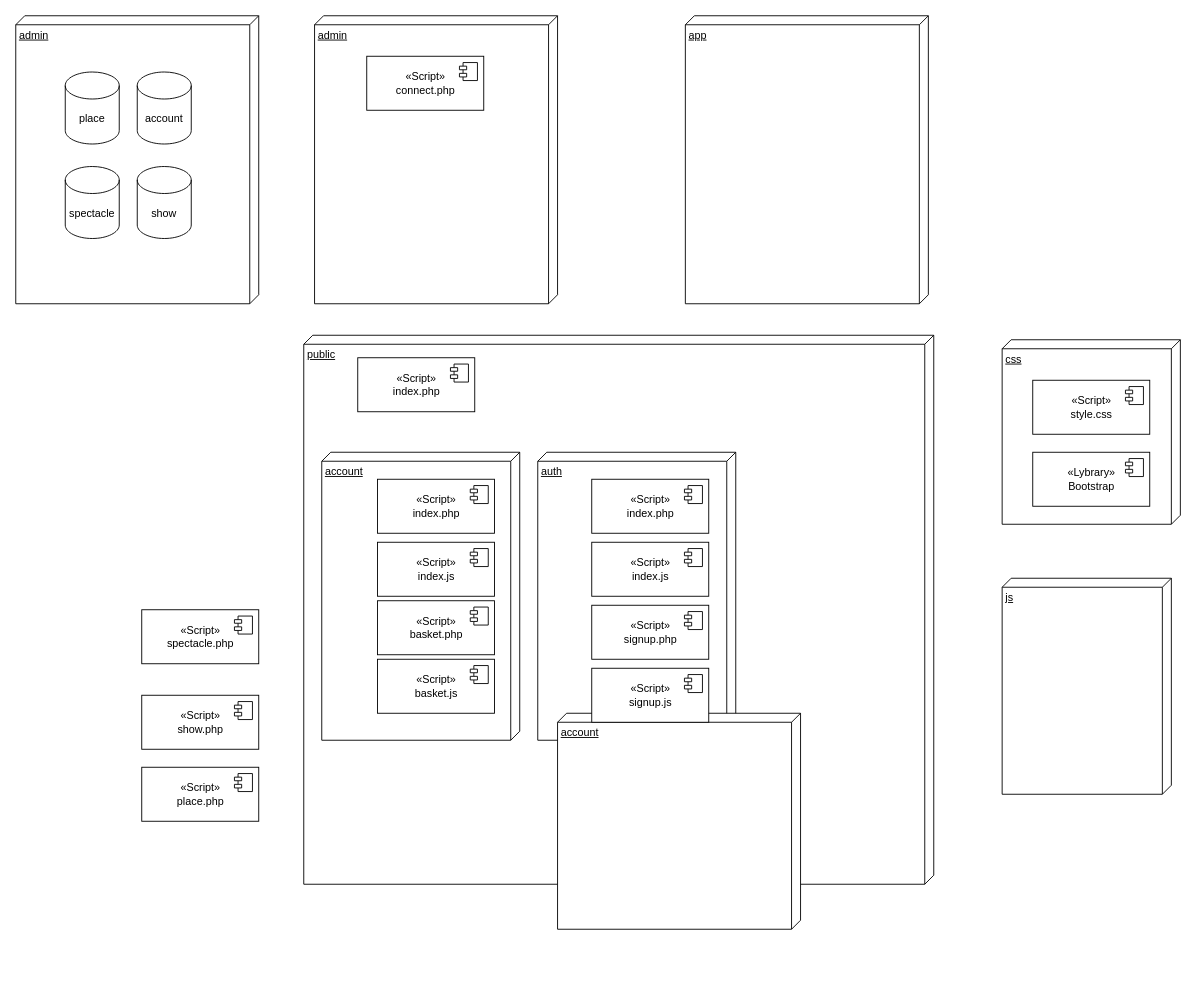
baptisteRiviere/SpectacleHallManagement keeps this draw.io diagram as page "diagramme de composants" (5 of 7) of analyse/Diagramme sans nom.drawio. Above is the earlier version. Source tidied: cells renumbered, new cells numbered last; positions are measured from the earlier drawing's top-left corner, leaving out a move shared by most shapes. Both pictures are drawn from the tidied source at 90%, with x=0, y=0 at pixel (15, 15).
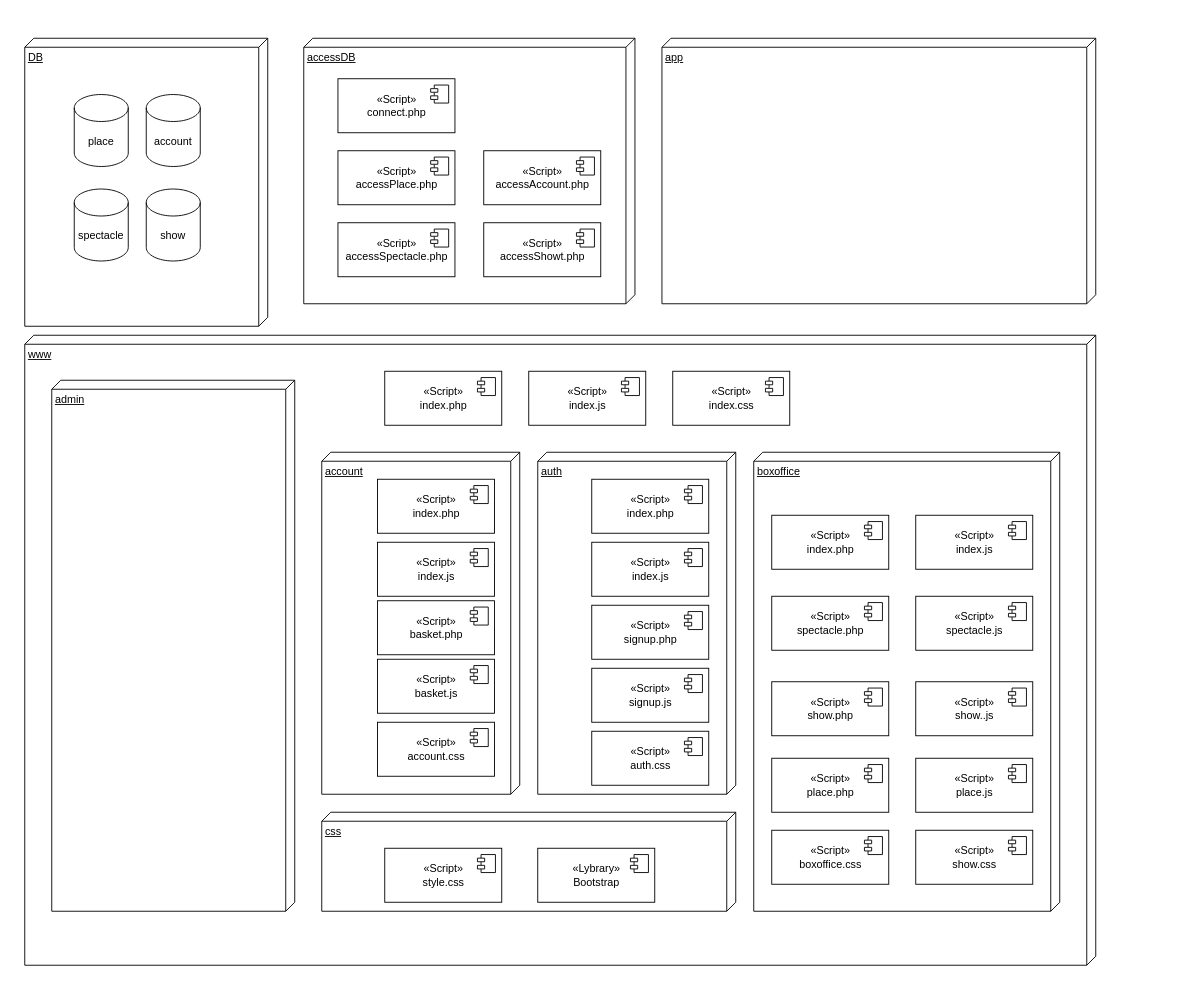
The same page after the edit.

What changed in the source:
```diff
@@
-    <mxCell id="2" value="admin" style="verticalAlign=top;align=left;spacingTop=8;spacingLeft=2;spacingRight=12;shape=cube;size=10;direction=south;fontStyle=4;html=1;" parent="1" vertex="1">
-      <mxGeometry width="270" height="320" as="geometry" />
+    <mxCell id="2" value="DB" style="verticalAlign=top;align=left;spacingTop=8;spacingLeft=2;spacingRight=12;shape=cube;size=10;direction=south;fontStyle=4;html=1;" parent="1" vertex="1">
+      <mxGeometry x="10" y="25" width="270" height="320" as="geometry" />
     </mxCell>
-    <mxCell id="3" value="public" style="verticalAlign=top;align=left;spacingTop=8;spacingLeft=2;spacingRight=12;shape=cube;size=10;direction=south;fontStyle=4;html=1;" parent="1" vertex="1">
-      <mxGeometry x="320" y="355" width="700" height="610" as="geometry" />
+    <mxCell id="3" value="www" style="verticalAlign=top;align=left;spacingTop=8;spacingLeft=2;spacingRight=12;shape=cube;size=10;direction=south;fontStyle=4;html=1;" parent="1" vertex="1">
+      <mxGeometry x="10" y="355" width="1190" height="700" as="geometry" />
     </mxCell>
     <mxCell id="4" value="account" style="verticalAlign=top;align=left;spacingTop=8;spacingLeft=2;spacingRight=12;shape=cube;size=10;direction=south;fontStyle=4;html=1;" parent="1" vertex="1">
-      <mxGeometry x="340" y="485" width="220" height="320" as="geometry" />
+      <mxGeometry x="340" y="485" width="220" height="380" as="geometry" />
     </mxCell>
-    <mxCell id="5" value="js" style="verticalAlign=top;align=left;spacingTop=8;spacingLeft=2;spacingRight=12;shape=cube;size=10;direction=south;fontStyle=4;html=1;" parent="1" vertex="1">
-      <mxGeometry x="1096" y="625" width="188" height="240" as="geometry" />
+    <mxCell id="5" value="app" style="verticalAlign=top;align=left;spacingTop=8;spacingLeft=2;spacingRight=12;shape=cube;size=10;direction=south;fontStyle=4;html=1;" parent="1" vertex="1">
+      <mxGeometry x="718" y="25" width="482" height="295" as="geometry" />
     </mxCell>
     <mxCell id="6" value="css" style="verticalAlign=top;align=left;spacingTop=8;spacingLeft=2;spacingRight=12;shape=cube;size=10;direction=south;fontStyle=4;html=1;" parent="1" vertex="1">
-      <mxGeometry x="1096" y="360" width="198" height="205" as="geometry" />
+      <mxGeometry x="340" y="885" width="460" height="110" as="geometry" />
     </mxCell>
     <mxCell id="7" value="&lt;div&gt;«Script»&lt;/div&gt;&lt;div&gt;index.php&lt;br&gt;&lt;/div&gt;" style="html=1;" parent="1" vertex="1">
-      <mxGeometry x="380" y="380" width="130" height="60" as="geometry" />
+      <mxGeometry x="410" y="395" width="130" height="60" as="geometry" />
     </mxCell>
@@
-    <mxCell id="9" value="admin" style="verticalAlign=top;align=left;spacingTop=8;spacingLeft=2;spacingRight=12;shape=cube;size=10;direction=south;fontStyle=4;html=1;" parent="1" vertex="1">
-      <mxGeometry x="332" width="270" height="320" as="geometry" />
+    <mxCell id="9" value="accessDB" style="verticalAlign=top;align=left;spacingTop=8;spacingLeft=2;spacingRight=12;shape=cube;size=10;direction=south;fontStyle=4;html=1;" parent="1" vertex="1">
+      <mxGeometry x="320" y="25" width="368" height="295" as="geometry" />
     </mxCell>
-    <mxCell id="10" value="app" style="verticalAlign=top;align=left;spacingTop=8;spacingLeft=2;spacingRight=12;shape=cube;size=10;direction=south;fontStyle=4;html=1;" parent="1" vertex="1">
-      <mxGeometry x="744" width="270" height="320" as="geometry" />
+    <mxCell id="10" value="admin" style="verticalAlign=top;align=left;spacingTop=8;spacingLeft=2;spacingRight=12;shape=cube;size=10;direction=south;fontStyle=4;html=1;" parent="1" vertex="1">
+      <mxGeometry x="40" y="405" width="270" height="590" as="geometry" />
     </mxCell>
     <mxCell id="11" value="account" style="shape=cylinder3;whiteSpace=wrap;html=1;boundedLbl=1;backgroundOutline=1;size=15;" parent="1" vertex="1">
-      <mxGeometry x="135" y="62.5" width="60" height="80" as="geometry" />
+      <mxGeometry x="145" y="87.5" width="60" height="80" as="geometry" />
     </mxCell>
     <mxCell id="12" value="place" style="shape=cylinder3;whiteSpace=wrap;html=1;boundedLbl=1;backgroundOutline=1;size=15;" parent="1" vertex="1">
-      <mxGeometry x="55" y="62.5" width="60" height="80" as="geometry" />
+      <mxGeometry x="65" y="87.5" width="60" height="80" as="geometry" />
     </mxCell>
     <mxCell id="13" value="spectacle" style="shape=cylinder3;whiteSpace=wrap;html=1;boundedLbl=1;backgroundOutline=1;size=15;" parent="1" vertex="1">
-      <mxGeometry x="55" y="167.5" width="60" height="80" as="geometry" />
+      <mxGeometry x="65" y="192.5" width="60" height="80" as="geometry" />
     </mxCell>
     <mxCell id="14" value="show" style="shape=cylinder3;whiteSpace=wrap;html=1;boundedLbl=1;backgroundOutline=1;size=15;" parent="1" vertex="1">
-      <mxGeometry x="135" y="167.5" width="60" height="80" as="geometry" />
+      <mxGeometry x="145" y="192.5" width="60" height="80" as="geometry" />
     </mxCell>
@@
     <mxCell id="17" value="&lt;div&gt;«Script»&lt;/div&gt;&lt;div&gt;style.css&lt;br&gt;&lt;/div&gt;" style="html=1;" parent="1" vertex="1">
-      <mxGeometry x="1130" y="405" width="130" height="60" as="geometry" />
+      <mxGeometry x="410" y="925" width="130" height="60" as="geometry" />
     </mxCell>
@@
     <mxCell id="19" value="&lt;div&gt;«Script»&lt;/div&gt;&lt;div&gt;connect.php&lt;br&gt;&lt;/div&gt;" style="html=1;" parent="1" vertex="1">
-      <mxGeometry x="390" y="45" width="130" height="60" as="geometry" />
+      <mxGeometry x="358" y="70" width="130" height="60" as="geometry" />
     </mxCell>
@@
-    <mxCell id="21" value="&lt;div&gt;«Lybrary»&lt;/div&gt;&lt;div&gt;Bootstrap&lt;br&gt;&lt;/div&gt;" style="html=1;" parent="1" vertex="1">
-      <mxGeometry x="1130" y="485" width="130" height="60" as="geometry" />
-    </mxCell>
-    <mxCell id="22" style="shape=module;jettyWidth=8;jettyHeight=4;" parent="21" vertex="1">
-      <mxGeometry x="1" width="20" height="20" relative="1" as="geometry">
-        <mxPoint x="-27" y="7" as="offset" />
-      </mxGeometry>
-    </mxCell>
     <mxCell id="23" value="auth" style="verticalAlign=top;align=left;spacingTop=8;spacingLeft=2;spacingRight=12;shape=cube;size=10;direction=south;fontStyle=4;html=1;" parent="1" vertex="1">
-      <mxGeometry x="580" y="485" width="220" height="320" as="geometry" />
+      <mxGeometry x="580" y="485" width="220" height="380" as="geometry" />
     </mxCell>
@@
-    <mxCell id="28" value="&lt;div&gt;«Script»&lt;/div&gt;&lt;div&gt;spectacle.php&lt;br&gt;&lt;/div&gt;" style="html=1;" parent="1" vertex="1">
-      <mxGeometry x="140" y="660" width="130" height="60" as="geometry" />
-    </mxCell>
-    <mxCell id="29" style="shape=module;jettyWidth=8;jettyHeight=4;" parent="28" vertex="1">
-      <mxGeometry x="1" width="20" height="20" relative="1" as="geometry">
-        <mxPoint x="-27" y="7" as="offset" />
-      </mxGeometry>
-    </mxCell>
-    <mxCell id="30" value="&lt;div&gt;«Script»&lt;/div&gt;&lt;div&gt;show.php&lt;br&gt;&lt;/div&gt;" style="html=1;" parent="1" vertex="1">
-      <mxGeometry x="140" y="755" width="130" height="60" as="geometry" />
-    </mxCell>
-    <mxCell id="31" style="shape=module;jettyWidth=8;jettyHeight=4;" parent="30" vertex="1">
-      <mxGeometry x="1" width="20" height="20" relative="1" as="geometry">
-        <mxPoint x="-27" y="7" as="offset" />
-      </mxGeometry>
-    </mxCell>
-    <mxCell id="32" value="&lt;div&gt;«Script»&lt;/div&gt;&lt;div&gt;place.php&lt;br&gt;&lt;/div&gt;" style="html=1;" parent="1" vertex="1">
-      <mxGeometry x="140" y="835" width="130" height="60" as="geometry" />
-    </mxCell>
-    <mxCell id="33" style="shape=module;jettyWidth=8;jettyHeight=4;" parent="32" vertex="1">
-      <mxGeometry x="1" width="20" height="20" relative="1" as="geometry">
-        <mxPoint x="-27" y="7" as="offset" />
-      </mxGeometry>
-    </mxCell>
-    <mxCell id="34" value="account" style="verticalAlign=top;align=left;spacingTop=8;spacingLeft=2;spacingRight=12;shape=cube;size=10;direction=south;fontStyle=4;html=1;" parent="1" vertex="1">
-      <mxGeometry x="602" y="775" width="270" height="240" as="geometry" />
+    <mxCell id="34" value="boxoffice" style="verticalAlign=top;align=left;spacingTop=8;spacingLeft=2;spacingRight=12;shape=cube;size=10;direction=south;fontStyle=4;html=1;" parent="1" vertex="1">
+      <mxGeometry x="820" y="485" width="340" height="510" as="geometry" />
     </mxCell>
@@
+    <mxCell id="45" value="&lt;div&gt;«Script»&lt;/div&gt;&lt;div&gt;index.js&lt;br&gt;&lt;/div&gt;" style="html=1;" parent="1" vertex="1">
+      <mxGeometry x="570" y="395" width="130" height="60" as="geometry" />
+    </mxCell>
+    <mxCell id="46" style="shape=module;jettyWidth=8;jettyHeight=4;" parent="45" vertex="1">
+      <mxGeometry x="1" width="20" height="20" relative="1" as="geometry">
+        <mxPoint x="-27" y="7" as="offset" />
+      </mxGeometry>
+    </mxCell>
+    <mxCell id="28" value="&lt;div&gt;«Script»&lt;/div&gt;&lt;div&gt;spectacle.php&lt;br&gt;&lt;/div&gt;" style="html=1;" parent="1" vertex="1">
+      <mxGeometry x="840" y="645" width="130" height="60" as="geometry" />
+    </mxCell>
+    <mxCell id="47" style="shape=module;jettyWidth=8;jettyHeight=4;" parent="28" vertex="1">
+      <mxGeometry x="1" width="20" height="20" relative="1" as="geometry">
+        <mxPoint x="-27" y="7" as="offset" />
+      </mxGeometry>
+    </mxCell>
+    <mxCell id="30" value="&lt;div&gt;«Script»&lt;/div&gt;&lt;div&gt;show.php&lt;br&gt;&lt;/div&gt;" style="html=1;" parent="1" vertex="1">
+      <mxGeometry x="840" y="740" width="130" height="60" as="geometry" />
+    </mxCell>
+    <mxCell id="48" style="shape=module;jettyWidth=8;jettyHeight=4;" parent="30" vertex="1">
+      <mxGeometry x="1" width="20" height="20" relative="1" as="geometry">
+        <mxPoint x="-27" y="7" as="offset" />
+      </mxGeometry>
+    </mxCell>
+    <mxCell id="32" value="&lt;div&gt;«Script»&lt;/div&gt;&lt;div&gt;place.php&lt;br&gt;&lt;/div&gt;" style="html=1;" parent="1" vertex="1">
+      <mxGeometry x="840" y="825" width="130" height="60" as="geometry" />
+    </mxCell>
+    <mxCell id="49" style="shape=module;jettyWidth=8;jettyHeight=4;" parent="32" vertex="1">
+      <mxGeometry x="1" width="20" height="20" relative="1" as="geometry">
+        <mxPoint x="-27" y="7" as="offset" />
+      </mxGeometry>
+    </mxCell>
+    <mxCell id="50" value="&lt;div&gt;«Script»&lt;/div&gt;&lt;div&gt;index.php&lt;br&gt;&lt;/div&gt;" style="html=1;" parent="1" vertex="1">
+      <mxGeometry x="840" y="555" width="130" height="60" as="geometry" />
+    </mxCell>
+    <mxCell id="51" style="shape=module;jettyWidth=8;jettyHeight=4;" parent="50" vertex="1">
+      <mxGeometry x="1" width="20" height="20" relative="1" as="geometry">
+        <mxPoint x="-27" y="7" as="offset" />
+      </mxGeometry>
+    </mxCell>
+    <mxCell id="52" value="&lt;div&gt;«Script»&lt;/div&gt;&lt;div&gt;spectacle.js&lt;br&gt;&lt;/div&gt;" style="html=1;" parent="1" vertex="1">
+      <mxGeometry x="1000" y="645" width="130" height="60" as="geometry" />
+    </mxCell>
+    <mxCell id="53" style="shape=module;jettyWidth=8;jettyHeight=4;" parent="52" vertex="1">
+      <mxGeometry x="1" width="20" height="20" relative="1" as="geometry">
+        <mxPoint x="-27" y="7" as="offset" />
+      </mxGeometry>
+    </mxCell>
+    <mxCell id="54" value="&lt;div&gt;«Script»&lt;/div&gt;&lt;div&gt;show..js&lt;br&gt;&lt;/div&gt;" style="html=1;" parent="1" vertex="1">
+      <mxGeometry x="1000" y="740" width="130" height="60" as="geometry" />
+    </mxCell>
+    <mxCell id="55" style="shape=module;jettyWidth=8;jettyHeight=4;" parent="54" vertex="1">
+      <mxGeometry x="1" width="20" height="20" relative="1" as="geometry">
+        <mxPoint x="-27" y="7" as="offset" />
+      </mxGeometry>
+    </mxCell>
+    <mxCell id="56" value="&lt;div&gt;«Script»&lt;/div&gt;&lt;div&gt;place.js&lt;br&gt;&lt;/div&gt;" style="html=1;" parent="1" vertex="1">
+      <mxGeometry x="1000" y="825" width="130" height="60" as="geometry" />
+    </mxCell>
+    <mxCell id="57" style="shape=module;jettyWidth=8;jettyHeight=4;" parent="56" vertex="1">
+      <mxGeometry x="1" width="20" height="20" relative="1" as="geometry">
+        <mxPoint x="-27" y="7" as="offset" />
+      </mxGeometry>
+    </mxCell>
+    <mxCell id="58" value="&lt;div&gt;«Script»&lt;/div&gt;&lt;div&gt;index.js&lt;br&gt;&lt;/div&gt;" style="html=1;" parent="1" vertex="1">
+      <mxGeometry x="1000" y="555" width="130" height="60" as="geometry" />
+    </mxCell>
+    <mxCell id="59" style="shape=module;jettyWidth=8;jettyHeight=4;" parent="58" vertex="1">
+      <mxGeometry x="1" width="20" height="20" relative="1" as="geometry">
+        <mxPoint x="-27" y="7" as="offset" />
+      </mxGeometry>
+    </mxCell>
+    <mxCell id="21" value="&lt;div&gt;«Lybrary»&lt;/div&gt;&lt;div&gt;Bootstrap&lt;br&gt;&lt;/div&gt;" style="html=1;" parent="1" vertex="1">
+      <mxGeometry x="580" y="925" width="130" height="60" as="geometry" />
+    </mxCell>
+    <mxCell id="60" style="shape=module;jettyWidth=8;jettyHeight=4;" parent="21" vertex="1">
+      <mxGeometry x="1" width="20" height="20" relative="1" as="geometry">
+        <mxPoint x="-27" y="7" as="offset" />
+      </mxGeometry>
+    </mxCell>
+    <mxCell id="61" value="&lt;div&gt;«Script»&lt;/div&gt;&lt;div&gt;accessPlace.php&lt;br&gt;&lt;/div&gt;" style="html=1;" parent="1" vertex="1">
+      <mxGeometry x="358" y="150" width="130" height="60" as="geometry" />
+    </mxCell>
+    <mxCell id="62" style="shape=module;jettyWidth=8;jettyHeight=4;" parent="61" vertex="1">
+      <mxGeometry x="1" width="20" height="20" relative="1" as="geometry">
+        <mxPoint x="-27" y="7" as="offset" />
+      </mxGeometry>
+    </mxCell>
+    <mxCell id="63" value="&lt;div&gt;«Script»&lt;/div&gt;&lt;div&gt;accessSpectacle.php&lt;br&gt;&lt;/div&gt;" style="html=1;" parent="1" vertex="1">
+      <mxGeometry x="358" y="230" width="130" height="60" as="geometry" />
+    </mxCell>
+    <mxCell id="64" style="shape=module;jettyWidth=8;jettyHeight=4;" parent="63" vertex="1">
+      <mxGeometry x="1" width="20" height="20" relative="1" as="geometry">
+        <mxPoint x="-27" y="7" as="offset" />
+      </mxGeometry>
+    </mxCell>
+    <mxCell id="65" value="&lt;div&gt;«Script»&lt;/div&gt;&lt;div&gt;index.css&lt;br&gt;&lt;/div&gt;" style="html=1;" parent="1" vertex="1">
+      <mxGeometry x="730" y="395" width="130" height="60" as="geometry" />
+    </mxCell>
+    <mxCell id="66" style="shape=module;jettyWidth=8;jettyHeight=4;" parent="65" vertex="1">
+      <mxGeometry x="1" width="20" height="20" relative="1" as="geometry">
+        <mxPoint x="-27" y="7" as="offset" />
+      </mxGeometry>
+    </mxCell>
+    <mxCell id="67" value="&lt;div&gt;«Script»&lt;/div&gt;&lt;div&gt;accessAccount.php&lt;br&gt;&lt;/div&gt;" style="html=1;" parent="1" vertex="1">
+      <mxGeometry x="520" y="150" width="130" height="60" as="geometry" />
+    </mxCell>
+    <mxCell id="68" style="shape=module;jettyWidth=8;jettyHeight=4;" parent="67" vertex="1">
+      <mxGeometry x="1" width="20" height="20" relative="1" as="geometry">
+        <mxPoint x="-27" y="7" as="offset" />
+      </mxGeometry>
+    </mxCell>
+    <mxCell id="69" value="&lt;div&gt;«Script»&lt;/div&gt;&lt;div&gt;accessShowt.php&lt;br&gt;&lt;/div&gt;" style="html=1;" parent="1" vertex="1">
+      <mxGeometry x="520" y="230" width="130" height="60" as="geometry" />
+    </mxCell>
+    <mxCell id="70" style="shape=module;jettyWidth=8;jettyHeight=4;" parent="69" vertex="1">
+      <mxGeometry x="1" width="20" height="20" relative="1" as="geometry">
+        <mxPoint x="-27" y="7" as="offset" />
+      </mxGeometry>
+    </mxCell>
+    <mxCell id="71" value="&lt;div&gt;«Script»&lt;/div&gt;&lt;div&gt;account.css&lt;br&gt;&lt;/div&gt;" style="html=1;" parent="1" vertex="1">
+      <mxGeometry x="402" y="785" width="130" height="60" as="geometry" />
+    </mxCell>
+    <mxCell id="72" style="shape=module;jettyWidth=8;jettyHeight=4;" parent="71" vertex="1">
+      <mxGeometry x="1" width="20" height="20" relative="1" as="geometry">
+        <mxPoint x="-27" y="7" as="offset" />
+      </mxGeometry>
+    </mxCell>
+    <mxCell id="73" value="&lt;div&gt;«Script»&lt;/div&gt;&lt;div&gt;auth.css&lt;br&gt;&lt;/div&gt;" style="html=1;" parent="1" vertex="1">
+      <mxGeometry x="640" y="795" width="130" height="60" as="geometry" />
+    </mxCell>
+    <mxCell id="74" style="shape=module;jettyWidth=8;jettyHeight=4;" parent="73" vertex="1">
+      <mxGeometry x="1" width="20" height="20" relative="1" as="geometry">
+        <mxPoint x="-27" y="7" as="offset" />
+      </mxGeometry>
+    </mxCell>
+    <mxCell id="75" value="&lt;div&gt;«Script»&lt;/div&gt;&lt;div&gt;boxoffice.css&lt;br&gt;&lt;/div&gt;" style="html=1;" parent="1" vertex="1">
+      <mxGeometry x="840" y="905" width="130" height="60" as="geometry" />
+    </mxCell>
+    <mxCell id="76" style="shape=module;jettyWidth=8;jettyHeight=4;" parent="75" vertex="1">
+      <mxGeometry x="1" width="20" height="20" relative="1" as="geometry">
+        <mxPoint x="-27" y="7" as="offset" />
+      </mxGeometry>
+    </mxCell>
+    <mxCell id="77" value="&lt;div&gt;«Script»&lt;/div&gt;&lt;div&gt;show.css&lt;br&gt;&lt;/div&gt;" style="html=1;" parent="1" vertex="1">
+      <mxGeometry x="1000" y="905" width="130" height="60" as="geometry" />
+    </mxCell>
+    <mxCell id="78" style="shape=module;jettyWidth=8;jettyHeight=4;" parent="77" vertex="1">
+      <mxGeometry x="1" width="20" height="20" relative="1" as="geometry">
+        <mxPoint x="-27" y="7" as="offset" />
+      </mxGeometry>
+    </mxCell>
```
